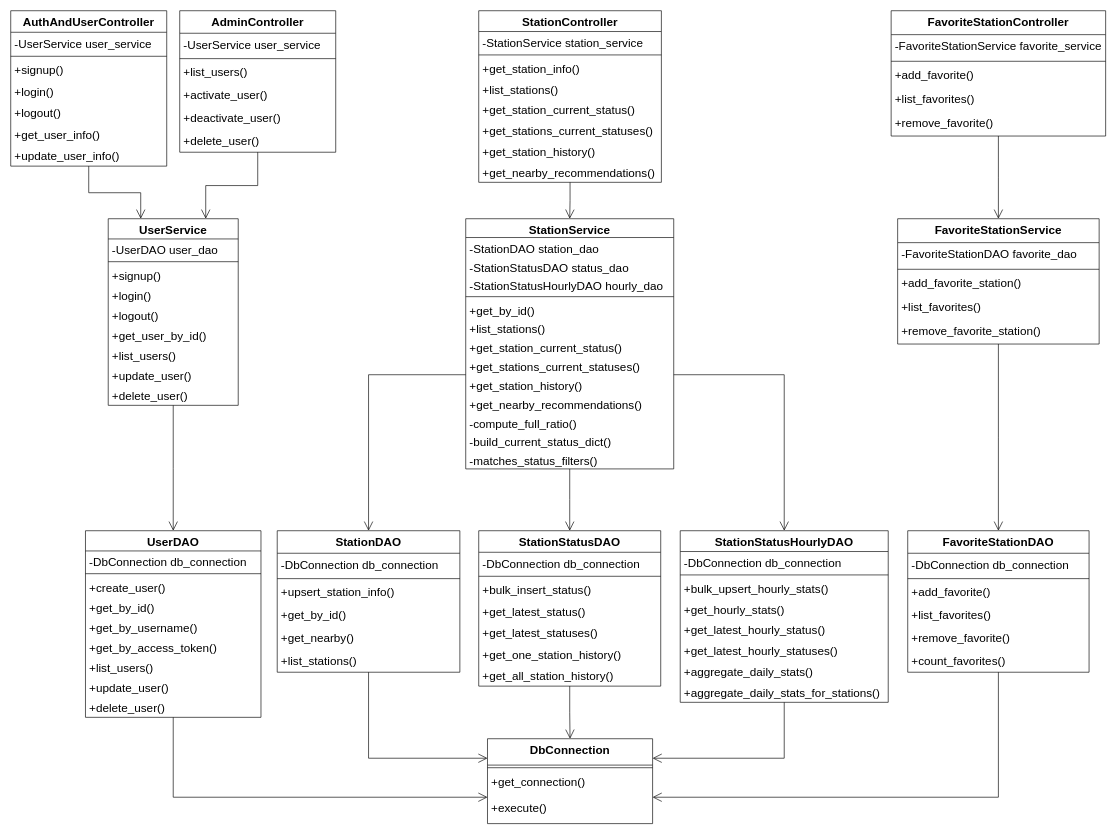
Earlier version of the draw.io diagram page "Page-3" (3 of 4) of doc/report/Diagrammes-ERD+CD.drawio (nathanlaimant/ensai-it-project-2a-team30). Source tidied: cells renumbered, new cells numbered last; positions are measured from the earlier drawing's top-left corner, leaving out a move shared by most shapes. Both pictures are drawn from the tidied source at 65%, with x=0, y=0 at pixel (10, 10).
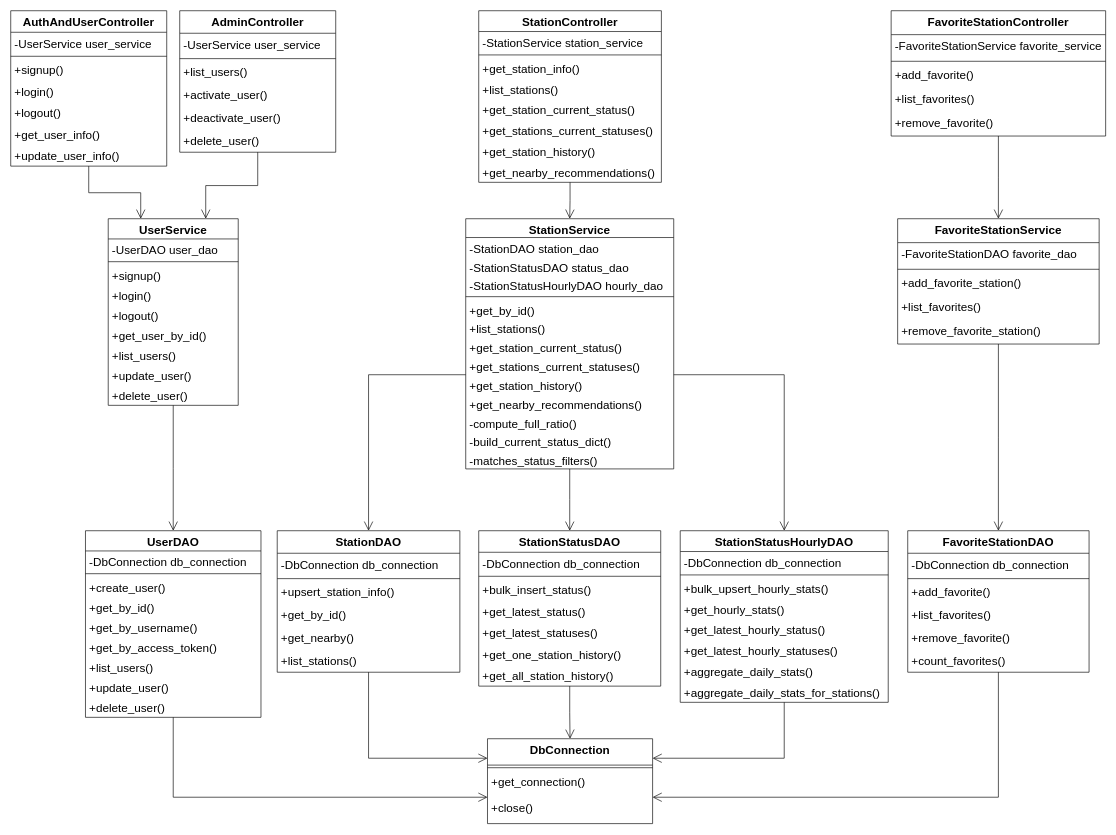
After the change.

The change refers to these unchanged cells:
```xml
<mxCell id="103" value="DbConnection" style="swimlane;fontStyle=1;align=center;verticalAlign=top;horizontal=1;startSize=40.57142857142857;fontSize=18;" parent="1" vertex="1">
  <mxGeometry x="733.5" y="1120" width="254" height="130.6" as="geometry" />
</mxCell>
```

What changed in the source:
```diff
@@
-    <mxCell id="106" value="+execute()" style="text;strokeColor=none;fillColor=none;align=left;verticalAlign=top;spacingLeft=4;spacingRight=4;overflow=hidden;fontSize=18;" parent="103" vertex="1">
+    <mxCell id="106" value="+close()" style="text;strokeColor=none;fillColor=none;align=left;verticalAlign=top;spacingLeft=4;spacingRight=4;overflow=hidden;fontSize=18;" parent="103" vertex="1">
       <mxGeometry y="89.6" width="254" height="41" as="geometry" />
     </mxCell>
```
